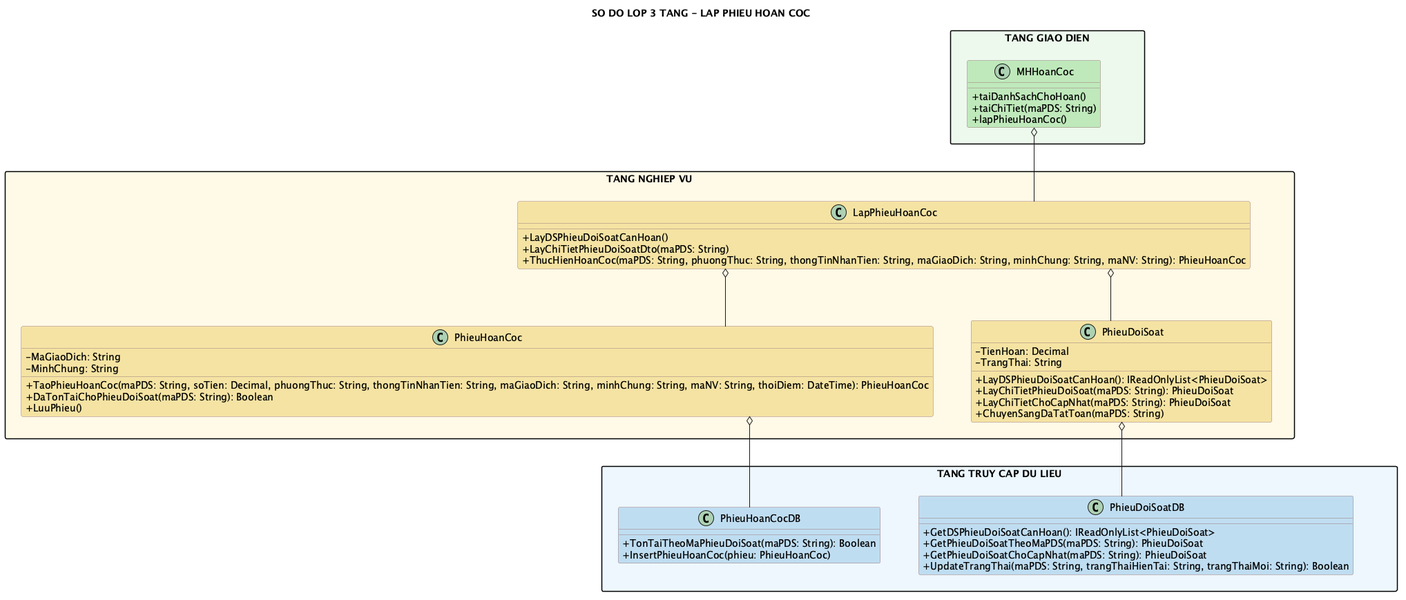
Before: diagram/png/lap-phieu-hoan-coc-class.png, a diagram exported from PlantUML (Ming1309/HomeStay-Dorm). Its diagram source:
```plantuml
@startuml
title SO DO LOP 3 TANG - LAP PHIEU HOAN COC
top to bottom direction
skinparam shadowing false
skinparam linetype ortho
skinparam nodesep 55
skinparam ranksep 75
skinparam packageStyle rectangle
skinparam classAttributeIconSize 0
skinparam class {
  BackgroundColor #FFFACD
  BorderColor #9B7B7B
}

package "TANG GIAO DIEN" as GUI_LAYER #EDF9EC {
  class MHHoanCoc #BFE8BA {
    + taiDanhSachChoHoan()
    + taiChiTiet(maPDS: String)
    + lapPhieuHoanCoc()
  }
}
package "TANG NGHIEP VU" as BUS_LAYER #FFF9E6 {
  class LapPhieuHoanCoc #F4E3A2 {
    + LayDSPhieuDoiSoatCanHoan()
    + LayChiTietPhieuDoiSoatDto(maPDS: String)
    + ThucHienHoanCoc(maPDS: String, phuongThuc: String, thongTinNhanTien: String, maGiaoDich: String, minhChung: String, maNV: String): PhieuHoanCoc
  }
  class PhieuDoiSoat #F4E3A2 {
    - TienHoan: Decimal
    - TrangThai: String
    + LayDSPhieuDoiSoatCanHoan(): IReadOnlyList<PhieuDoiSoat>
    + LayChiTietPhieuDoiSoat(maPDS: String): PhieuDoiSoat
    + LayChiTietChoCapNhat(maPDS: String): PhieuDoiSoat
    + ChuyenSangDaTatToan(maPDS: String)
  }
  class PhieuHoanCoc #F4E3A2 {
    - MaGiaoDich: String
    - MinhChung: String
    + TaoPhieuHoanCoc(maPDS: String, soTien: Decimal, phuongThuc: String, thongTinNhanTien: String, maGiaoDich: String, minhChung: String, maNV: String, thoiDiem: DateTime): PhieuHoanCoc
    + DaTonTaiChoPhieuDoiSoat(maPDS: String): Boolean
    + LuuPhieu()
  }
}
package "TANG TRUY CAP DU LIEU" as DAL_LAYER #EDF6FC {
  class PhieuDoiSoatDB #BFDCF0 {
    + GetDSPhieuDoiSoatCanHoan(): IReadOnlyList<PhieuDoiSoat>
    + GetPhieuDoiSoatTheoMaPDS(maPDS: String): PhieuDoiSoat
    + GetPhieuDoiSoatChoCapNhat(maPDS: String): PhieuDoiSoat
    + UpdateTrangThai(maPDS: String, trangThaiHienTai: String, trangThaiMoi: String): Boolean
  }
  class PhieuHoanCocDB #BFDCF0 {
    + TonTaiTheoMaPhieuDoiSoat(maPDS: String): Boolean
    + InsertPhieuHoanCoc(phieu: PhieuHoanCoc)
  }
}
MHHoanCoc o-- LapPhieuHoanCoc
LapPhieuHoanCoc o-- PhieuDoiSoat
LapPhieuHoanCoc o-- PhieuHoanCoc
PhieuDoiSoat o-- PhieuDoiSoatDB
PhieuHoanCoc o-- PhieuHoanCocDB

GUI_LAYER -[hidden]down- BUS_LAYER
BUS_LAYER -[hidden]down- DAL_LAYER
LapPhieuHoanCoc -[hidden]down- PhieuDoiSoatDB
@enduml
```
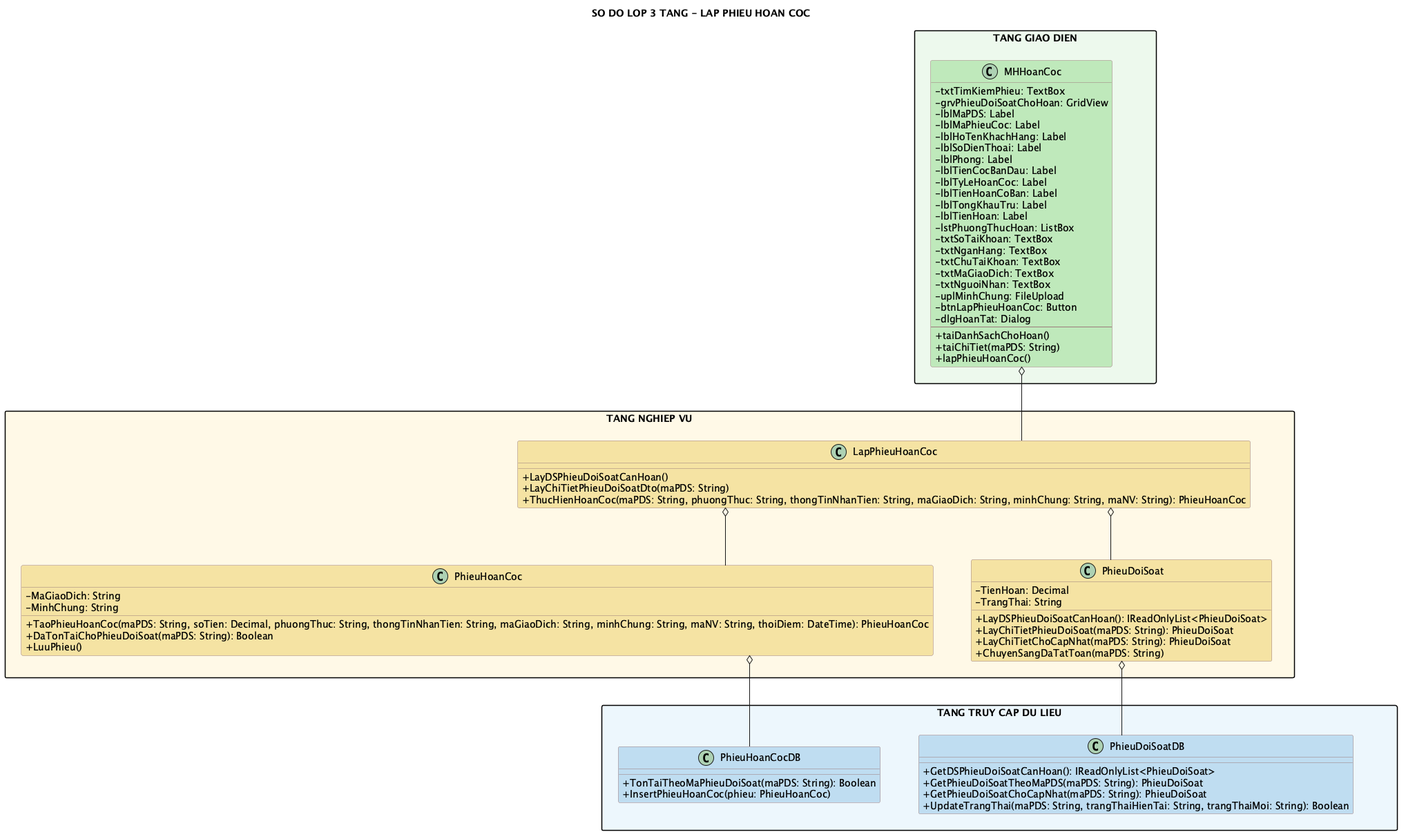
After the commit.

The edit, as a diff of the source:
```diff
@@ -14,6 +14,28 @@
 
 package "TANG GIAO DIEN" as GUI_LAYER #EDF9EC {
   class MHHoanCoc #BFE8BA {
+    - txtTimKiemPhieu: TextBox
+    - grvPhieuDoiSoatChoHoan: GridView
+    - lblMaPDS: Label
+    - lblMaPhieuCoc: Label
+    - lblHoTenKhachHang: Label
+    - lblSoDienThoai: Label
+    - lblPhong: Label
+    - lblTienCocBanDau: Label
+    - lblTyLeHoanCoc: Label
+    - lblTienHoanCoBan: Label
+    - lblTongKhauTru: Label
+    - lblTienHoan: Label
+    - lstPhuongThucHoan: ListBox
+    - txtSoTaiKhoan: TextBox
+    - txtNganHang: TextBox
+    - txtChuTaiKhoan: TextBox
+    - txtMaGiaoDich: TextBox
+    - txtNguoiNhan: TextBox
+    - uplMinhChung: FileUpload
+    - btnLapPhieuHoanCoc: Button
+    - dlgHoanTat: Dialog
+    --
     + taiDanhSachChoHoan()
     + taiChiTiet(maPDS: String)
     + lapPhieuHoanCoc()
```
